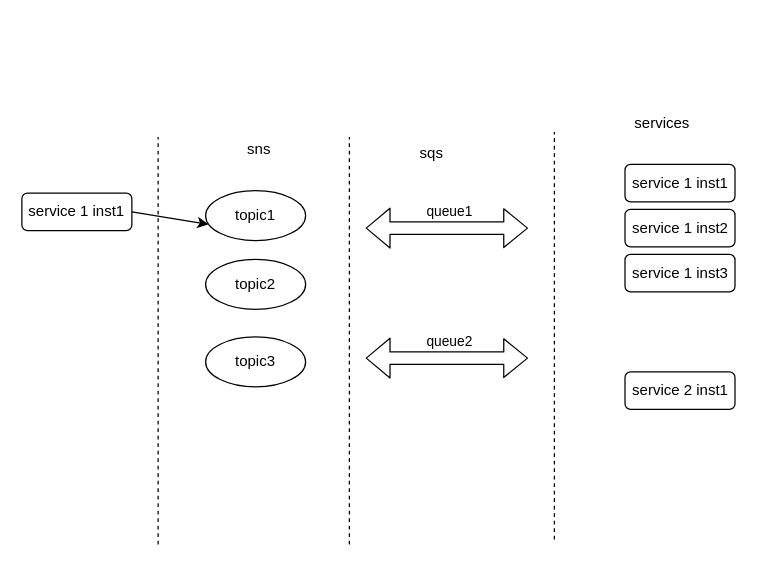
Earlier version of the draw.io diagram Untitled Diagram.drawio (zhangwm1987/mydraw_io). Source tidied: cells renumbered, new cells numbered last; positions are measured from the earlier drawing's top-left corner, leaving out a move shared by most shapes. Both pictures are drawn from the tidied source at 125%, with x=0, y=0 at pixel (21, 110).
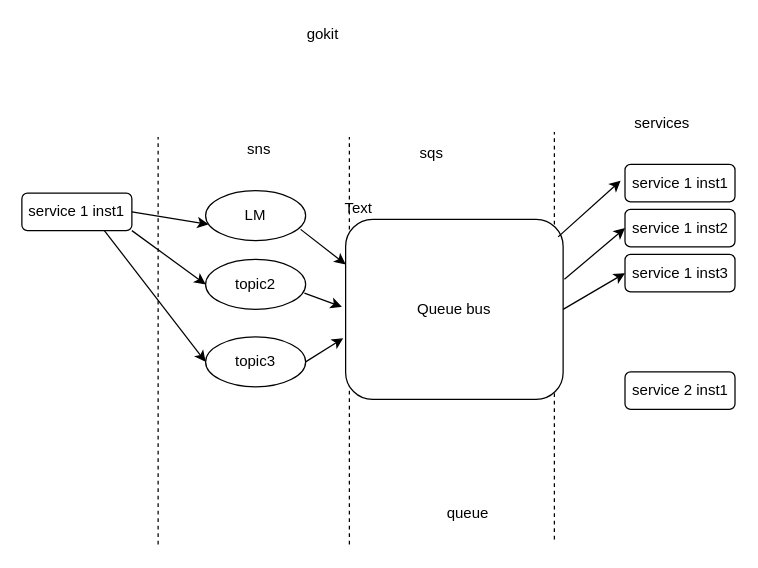
After the change.

Unchanged cells that the change refers to:
```xml
<mxCell id="3" value="topic2" style="ellipse;whiteSpace=wrap;html=1;" parent="1" vertex="1">
  <mxGeometry x="147" y="119" width="80" height="40" as="geometry" />
</mxCell>
<mxCell id="4" value="topic3" style="ellipse;whiteSpace=wrap;html=1;" parent="1" vertex="1">
  <mxGeometry x="147" y="181" width="80" height="40" as="geometry" />
</mxCell>
<mxCell id="12" value="service 1 inst2" style="rounded=1;whiteSpace=wrap;html=1;" parent="1" vertex="1">
  <mxGeometry x="482.5" y="79" width="88" height="30" as="geometry" />
</mxCell>
<mxCell id="13" value="service 1 inst3" style="rounded=1;whiteSpace=wrap;html=1;" parent="1" vertex="1">
  <mxGeometry x="482.5" y="115" width="88" height="30" as="geometry" />
</mxCell>
<mxCell id="17" value="service 1 inst1" style="rounded=1;whiteSpace=wrap;html=1;" parent="1" vertex="1">
  <mxGeometry y="66" width="88" height="30" as="geometry" />
</mxCell>
```

The edit, as a diff of the source:
```diff
@@
-    <mxCell id="2" value="topic1" style="ellipse;whiteSpace=wrap;html=1;" parent="1" vertex="1">
+    <mxCell id="2" value="LM" style="ellipse;whiteSpace=wrap;html=1;" parent="1" vertex="1">
       <mxGeometry x="147" y="64" width="80" height="40" as="geometry" />
     </mxCell>
@@
-    <mxCell id="8" value="queue1" style="endArrow=classic;startArrow=classic;html=1;startWidth=20.833333333333336;shape=flexArrow;strokeWidth=1;" parent="1" edge="1">
-      <mxGeometry x="0.03" y="13" relative="1" as="geometry">
-        <mxPoint x="275" y="94" as="sourcePoint" />
-        <mxPoint x="405" y="94" as="targetPoint" />
-      </mxGeometry>
-    </mxCell>
@@
-    <mxCell id="14" value="queue2" style="endArrow=classic;startArrow=classic;html=1;startWidth=20.833333333333336;shape=flexArrow;strokeWidth=1;" parent="1" edge="1">
-      <mxGeometry x="0.03" y="13" relative="1" as="geometry">
-        <mxPoint x="275" y="198" as="sourcePoint" />
-        <mxPoint x="405" y="198" as="targetPoint" />
-      </mxGeometry>
-    </mxCell>
@@
+    <mxCell id="19" value="Text" style="text;html=1;align=center;verticalAlign=middle;" parent="1" vertex="1">
+      <mxGeometry x="253" y="69" width="31" height="18" as="geometry" />
+    </mxCell>
+    <mxCell id="20" value="Queue bus" style="rounded=1;whiteSpace=wrap;html=1;" parent="1" vertex="1">
+      <mxGeometry x="259" y="87" width="174" height="144" as="geometry" />
+    </mxCell>
+    <mxCell id="21" style="endArrow=classic;html=1;strokeWidth=1;entryX=0;entryY=0.25;entryDx=0;entryDy=0;" parent="1" edge="1" target="20">
+      <mxGeometry relative="1" as="geometry">
+        <mxPoint x="223" y="95" as="sourcePoint" />
+      </mxGeometry>
+    </mxCell>
+    <mxCell id="22" style="endArrow=classic;html=1;strokeWidth=1;exitX=0.988;exitY=0.675;exitDx=0;exitDy=0;exitPerimeter=0;" parent="1" edge="1" source="3">
+      <mxGeometry relative="1" as="geometry">
+        <mxPoint x="256" y="157" as="targetPoint" />
+      </mxGeometry>
+    </mxCell>
+    <mxCell id="23" style="endArrow=classic;html=1;strokeWidth=1;entryX=-0.011;entryY=0.66;entryDx=0;entryDy=0;entryPerimeter=0;exitX=1;exitY=0.5;exitDx=0;exitDy=0;" parent="1" edge="1" source="4" target="20">
+      <mxGeometry relative="1" as="geometry" />
+    </mxCell>
+    <mxCell id="24" value="queue" style="text;html=1;strokeColor=none;fillColor=none;align=center;verticalAlign=middle;whiteSpace=wrap;rounded=0;" parent="1" vertex="1">
+      <mxGeometry x="305" y="312" width="104" height="20" as="geometry" />
+    </mxCell>
+    <mxCell id="25" style="endArrow=classic;html=1;strokeWidth=1;" parent="1" edge="1">
+      <mxGeometry relative="1" as="geometry">
+        <mxPoint x="429" y="101" as="sourcePoint" />
+        <mxPoint x="479" y="56" as="targetPoint" />
+      </mxGeometry>
+    </mxCell>
+    <mxCell id="26" style="endArrow=classic;html=1;strokeWidth=1;entryX=0;entryY=0.5;entryDx=0;entryDy=0;exitX=1.006;exitY=0.333;exitDx=0;exitDy=0;exitPerimeter=0;" parent="1" edge="1" source="20" target="12">
+      <mxGeometry relative="1" as="geometry" />
+    </mxCell>
+    <mxCell id="27" style="endArrow=classic;html=1;strokeWidth=1;entryX=0;entryY=0.5;entryDx=0;entryDy=0;exitX=1;exitY=0.5;exitDx=0;exitDy=0;" parent="1" edge="1" source="20" target="13">
+      <mxGeometry relative="1" as="geometry" />
+    </mxCell>
+    <mxCell id="28" style="endArrow=classic;html=1;strokeWidth=1;entryX=0;entryY=0.5;entryDx=0;entryDy=0;exitX=1;exitY=1;exitDx=0;exitDy=0;" parent="1" edge="1" source="17" target="3">
+      <mxGeometry relative="1" as="geometry" />
+    </mxCell>
+    <mxCell id="29" style="endArrow=classic;html=1;strokeWidth=1;entryX=0;entryY=0.5;entryDx=0;entryDy=0;exitX=0.75;exitY=1;exitDx=0;exitDy=0;" parent="1" edge="1" source="17" target="4">
+      <mxGeometry relative="1" as="geometry" />
+    </mxCell>
+    <mxCell id="30" value="gokit" style="text;html=1;strokeColor=none;fillColor=none;align=center;verticalAlign=middle;whiteSpace=wrap;rounded=0;" parent="1" vertex="1">
+      <mxGeometry x="204" y="-71" width="74" height="20" as="geometry" />
+    </mxCell>
```
